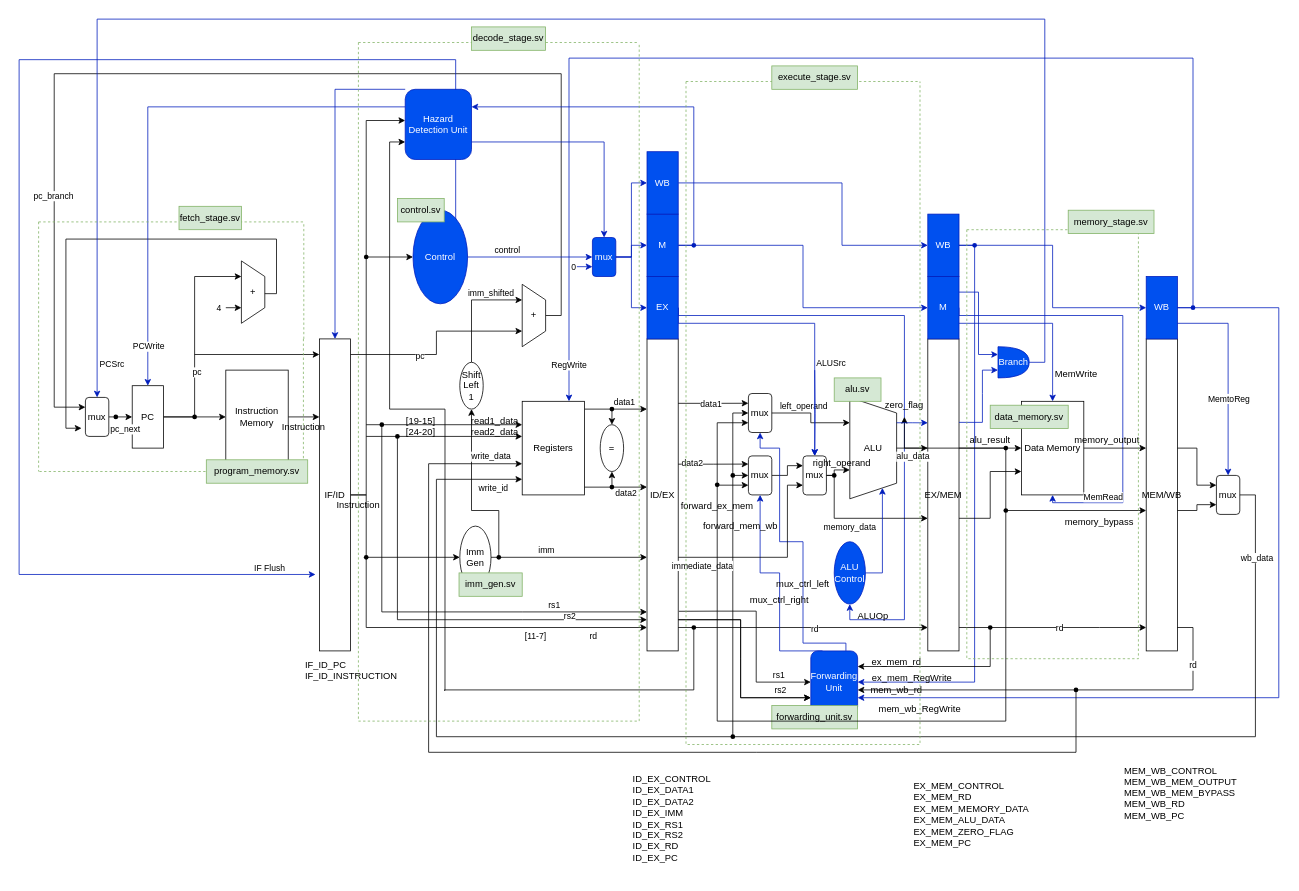
RISC-V-on-FPGA/riscv keeps this draw.io diagram as documentation/Architecture.drawio. Above is the earlier version. Source tidied: cells renumbered, new cells numbered last; positions are measured from the earlier drawing's top-left corner, leaving out a move shared by most shapes. Both pictures are drawn from the tidied source at 78%, with x=0, y=0 at pixel (19, 19).
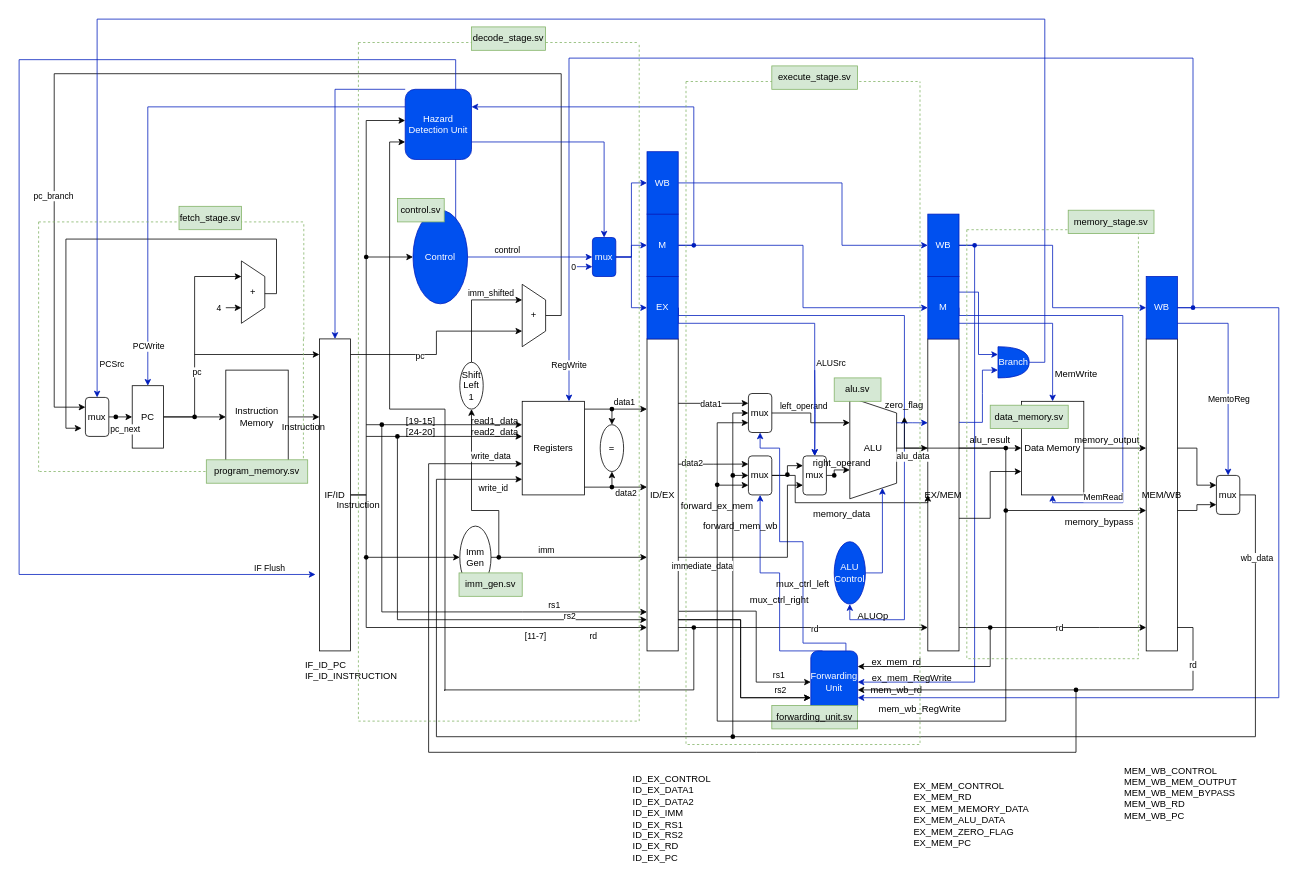
The same diagram, later.

The change refers to these unchanged cells:
```xml
<mxCell id="21" value="EX/MEM&lt;br&gt;" style="rounded=0;whiteSpace=wrap;html=1;overflow=visible;" parent="1" vertex="1">
  <mxGeometry x="1165" y="410" width="40" height="400" as="geometry" />
</mxCell>
<mxCell id="55" value="mux&lt;br&gt;" style="rounded=1;whiteSpace=wrap;html=1;" parent="1" vertex="1">
  <mxGeometry x="935" y="560" width="30" height="50" as="geometry" />
</mxCell>
<mxCell id="65" value="mux&lt;br&gt;" style="rounded=1;whiteSpace=wrap;html=1;" parent="1" vertex="1">
  <mxGeometry x="1005" y="560" width="30" height="50" as="geometry" />
</mxCell>
<mxCell id="219" style="swimlane;startSize=0;dashed=1;fillColor=#d5e8d4;strokeColor=#82b366;" parent="1" vertex="1">
  <mxGeometry x="855" y="80" width="300" height="850" as="geometry" />
</mxCell>
```

Diff of the diagram source:
```diff
@@
+    <mxCell id="229" style="edgeStyle=orthogonalEdgeStyle;rounded=0;jettySize=auto;html=1;exitX=1;exitY=0.5;exitDx=0;exitDy=0;entryX=0;entryY=0.5;entryDx=0;entryDy=0;" parent="1" edge="1" source="55" target="21">
+      <mxGeometry relative="1" as="geometry">
+        <Array as="points">
+          <mxPoint x="995" y="585" />
+          <mxPoint x="995" y="620" />
+          <mxPoint x="1165" y="620" />
+        </Array>
+      </mxGeometry>
+    </mxCell>
@@
-    <mxCell id="119" style="edgeStyle=orthogonalEdgeStyle;rounded=0;jettySize=auto;html=1;exitX=1;exitY=0.5;exitDx=0;exitDy=0;" parent="1" edge="1" source="65" target="21">
-      <mxGeometry relative="1" as="geometry">
-        <Array as="points">
-          <mxPoint x="1045" y="585" />
-          <mxPoint x="1045" y="640" />
-        </Array>
-      </mxGeometry>
-    </mxCell>
-    <mxCell id="120" value="memory_data" style="edgeLabel;html=1;align=center;verticalAlign=middle;" parent="119" vertex="1">
-      <mxGeometry x="0.01" y="-1" relative="1" as="geometry">
-        <mxPoint x="-9" y="9" as="offset" />
-      </mxGeometry>
-    </mxCell>
@@
+    <mxCell id="120" value="&lt;div&gt;memory_data&lt;/div&gt;" style="text;html=1;align=center;verticalAlign=middle;whiteSpace=wrap;rounded=0;" parent="219" vertex="1">
+      <mxGeometry x="170" y="540" width="60" height="30" as="geometry" />
+    </mxCell>
@@
+    <mxCell id="230" style="shape=waypoint;sketch=0;fillStyle=solid;size=6;fillColor=none;perimeter=centerPerimeter;" parent="1" vertex="1">
+      <mxGeometry x="975" y="574" width="20" height="20" as="geometry" />
+    </mxCell>
```
